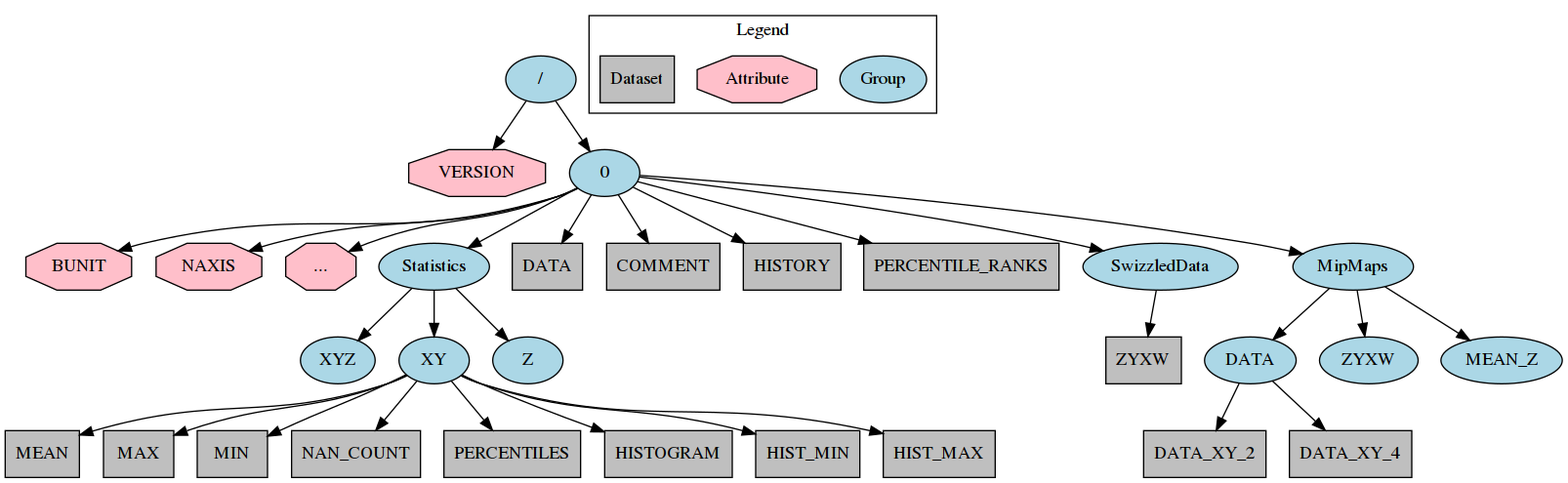
The Graphviz diagram docs/schema.png in idia-astro/hdf5converters, before a commit. Its source is kept beside it as docs/schema.dot.
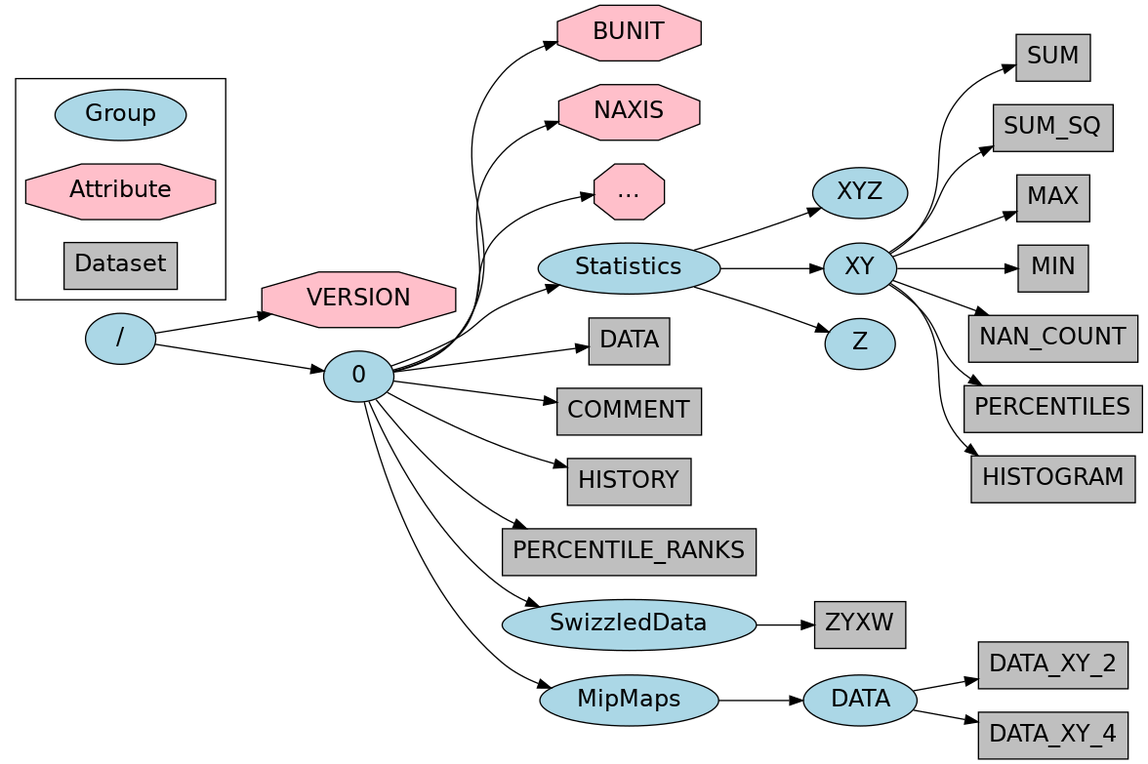
After the change.

The edit, as a diff of the source:
```diff
@@ -1,7 +1,10 @@
 digraph {
-    rankdir=TB
+    rankdir=LR
     ordering=out
     concentrate=true
+
+    node [fontname="DejaVuSans" fontsize=18];
+    edge [fontname="DejaVuSans" fontsize=18];
 
     node [style=filled fillcolor="#abd7e6"]
     file [label="/"]
@@ -9,8 +12,6 @@
     SwizzledData
     MipMaps
     mmDATA [label="DATA"]
-    mmZYXW [label="ZYXW"]
-    mmMEAN_Z [label="MEAN_Z"]
     Statistics
     XY
     Z
@@ -32,14 +33,13 @@
     ZYXW
     DATA_XY_2
     DATA_XY_4
-    MEAN
+    SUM
+    SUM_SQ
     MAX
     MIN
     NAN_COUNT
     PERCENTILES
     HISTOGRAM
-    HIST_MIN
-    HIST_MAX
     Dataset
 
     file -> VERSION
@@ -52,14 +52,13 @@
     0 -> Statistics
     Statistics -> XYZ
     Statistics -> XY
-    XY -> MEAN
+    XY -> SUM
+    XY -> SUM_SQ
     XY -> MAX
     XY -> MIN
     XY -> NAN_COUNT
     XY -> PERCENTILES
     XY -> HISTOGRAM
-    XY -> HIST_MIN
-    XY -> HIST_MAX
     Statistics -> Z
 
     0 -> DATA
@@ -75,11 +74,8 @@
     MipMaps -> mmDATA
     mmDATA -> DATA_XY_2
     mmDATA -> DATA_XY_4
-    MipMaps -> mmZYXW
-    MipMaps -> mmMEAN_Z
 
     subgraph cluster_legend {
-        label="Legend"
         Group
         Attribute
         Dataset
```
